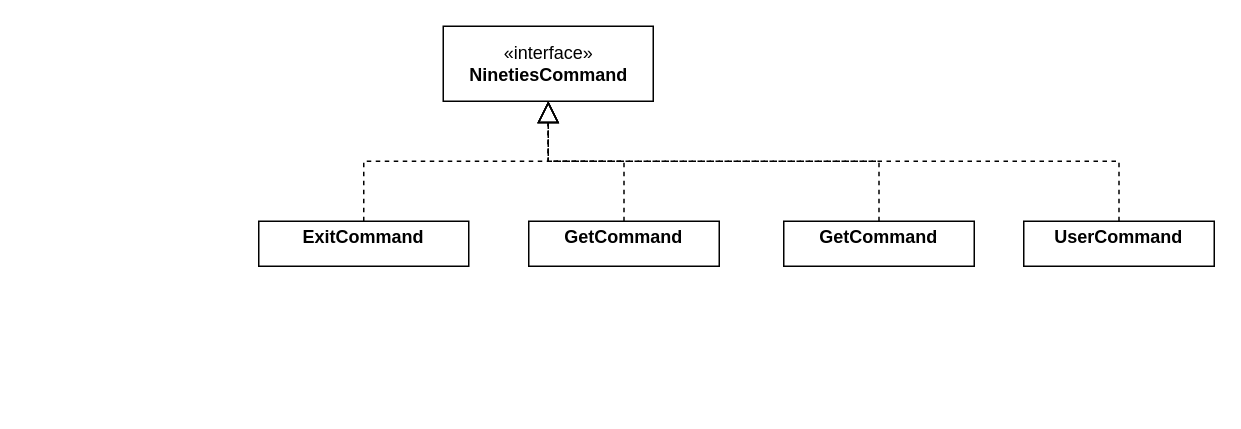
Before: page "Page-2" (2 of 2) of diagrams/Aula-10.drawio in isel-leic-tds/2122i-LEIC31D, a draw.io diagram. Source tidied: cells renumbered, new cells numbered last; positions are measured from the earlier drawing's top-left corner, leaving out a move shared by most shapes. Both pictures are drawn from the tidied source at 150%, with x=0, y=0 at pixel (258, 26).
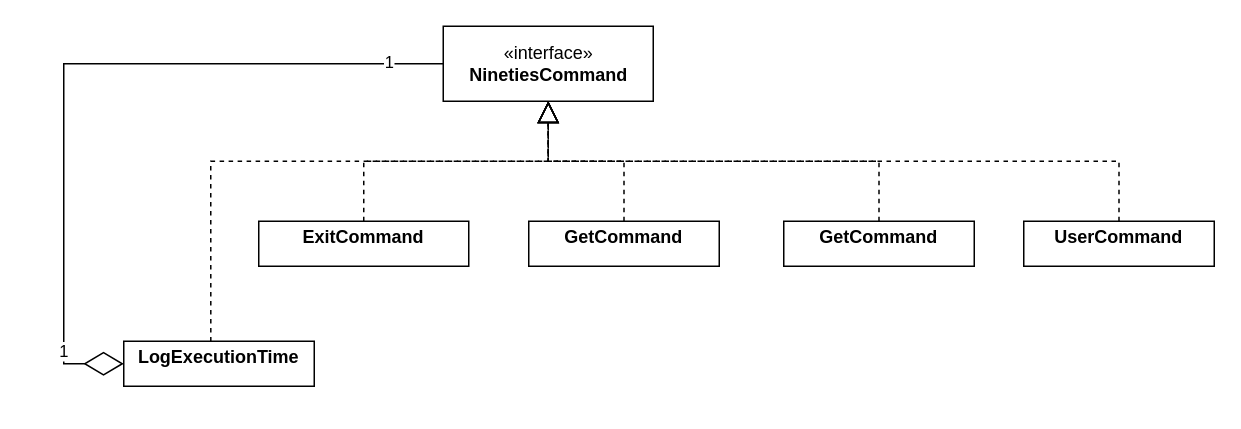
The same page after the edit.

The edit, as a diff of the source:
```diff
@@
 <mxGraphModel>
   <root>
     <mxCell id="0" />
     <mxCell id="1" parent="0" />
     <mxCell id="2" value="«interface»&lt;br&gt;&lt;b&gt;NinetiesCommand&lt;/b&gt;" style="html=1;" parent="1" vertex="1">
       <mxGeometry x="123" width="140" height="50" as="geometry" />
     </mxCell>
     <mxCell id="3" value="&lt;p style=&quot;margin: 0px ; margin-top: 4px ; text-align: center&quot;&gt;&lt;b&gt;ExitCommand&lt;/b&gt;&lt;/p&gt;" style="verticalAlign=top;align=left;overflow=fill;fontSize=12;fontFamily=Helvetica;html=1;" parent="1" vertex="1">
       <mxGeometry y="130" width="140" height="30" as="geometry" />
     </mxCell>
     <mxCell id="4" style="endArrow=block;dashed=1;endFill=0;endSize=12;html=1;rounded=0;edgeStyle=orthogonalEdgeStyle;" parent="1" edge="1" source="3" target="2">
       <mxGeometry relative="1" as="geometry" />
     </mxCell>
     <mxCell id="5" value="&lt;p style=&quot;margin: 0px ; margin-top: 4px ; text-align: center&quot;&gt;&lt;b&gt;Get&lt;/b&gt;&lt;b&gt;Command&lt;/b&gt;&lt;/p&gt;" style="verticalAlign=top;align=left;overflow=fill;fontSize=12;fontFamily=Helvetica;html=1;" parent="1" vertex="1">
       <mxGeometry x="180" y="130" width="127" height="30" as="geometry" />
     </mxCell>
     <mxCell id="6" style="endArrow=block;dashed=1;endFill=0;endSize=12;html=1;rounded=0;edgeStyle=orthogonalEdgeStyle;entryX=0.5;entryY=1;entryDx=0;entryDy=0;" parent="1" edge="1" source="5" target="2">
       <mxGeometry relative="1" as="geometry" />
     </mxCell>
     <mxCell id="7" value="&lt;p style=&quot;margin: 0px ; margin-top: 4px ; text-align: center&quot;&gt;&lt;b&gt;Get&lt;/b&gt;&lt;b&gt;Command&lt;/b&gt;&lt;/p&gt;" style="verticalAlign=top;align=left;overflow=fill;fontSize=12;fontFamily=Helvetica;html=1;" parent="1" vertex="1">
       <mxGeometry x="350" y="130" width="127" height="30" as="geometry" />
     </mxCell>
     <mxCell id="8" style="endArrow=block;dashed=1;endFill=0;endSize=12;html=1;rounded=0;edgeStyle=orthogonalEdgeStyle;entryX=0.5;entryY=1;entryDx=0;entryDy=0;exitX=0.5;exitY=0;exitDx=0;exitDy=0;" parent="1" edge="1" source="7" target="2">
       <mxGeometry relative="1" as="geometry" />
     </mxCell>
     <mxCell id="9" value="&lt;p style=&quot;margin: 0px ; margin-top: 4px ; text-align: center&quot;&gt;&lt;b&gt;User&lt;/b&gt;&lt;b&gt;Command&lt;/b&gt;&lt;/p&gt;" style="verticalAlign=top;align=left;overflow=fill;fontSize=12;fontFamily=Helvetica;html=1;" parent="1" vertex="1">
       <mxGeometry x="510" y="130" width="127" height="30" as="geometry" />
     </mxCell>
     <mxCell id="10" style="endArrow=block;dashed=1;endFill=0;endSize=12;html=1;rounded=0;edgeStyle=orthogonalEdgeStyle;entryX=0.5;entryY=1;entryDx=0;entryDy=0;exitX=0.5;exitY=0;exitDx=0;exitDy=0;" parent="1" edge="1" source="9" target="2">
       <mxGeometry relative="1" as="geometry" />
     </mxCell>
+    <mxCell id="11" value="&lt;p style=&quot;margin: 0px ; margin-top: 4px ; text-align: center&quot;&gt;&lt;b&gt;LogExecutionTime&lt;/b&gt;&lt;/p&gt;" style="verticalAlign=top;align=left;overflow=fill;fontSize=12;fontFamily=Helvetica;html=1;" parent="1" vertex="1">
+      <mxGeometry x="-90" y="210" width="127" height="30" as="geometry" />
+    </mxCell>
+    <mxCell id="12" style="endArrow=block;dashed=1;endFill=0;endSize=12;html=1;rounded=0;edgeStyle=orthogonalEdgeStyle;exitX=0.457;exitY=0.003;exitDx=0;exitDy=0;exitPerimeter=0;" parent="1" edge="1" source="11">
+      <mxGeometry relative="1" as="geometry">
+        <mxPoint x="193" y="50" as="targetPoint" />
+        <Array as="points">
+          <mxPoint x="-32" y="90" />
+          <mxPoint x="193" y="90" />
+        </Array>
+      </mxGeometry>
+    </mxCell>
+    <mxCell id="13" style="endArrow=diamondThin;endFill=0;endSize=24;html=1;rounded=0;" parent="1" edge="1" source="2" target="11">
+      <mxGeometry relative="1" as="geometry">
+        <Array as="points">
+          <mxPoint x="-130" y="25" />
+          <mxPoint x="-130" y="225" />
+        </Array>
+      </mxGeometry>
+    </mxCell>
+    <mxCell id="14" value="1" style="edgeLabel;html=1;align=center;verticalAlign=middle;" parent="13" vertex="1">
+      <mxGeometry x="-0.85" y="-2" relative="1" as="geometry" />
+    </mxCell>
+    <mxCell id="15" value="1" style="edgeLabel;html=1;align=center;verticalAlign=middle;" parent="13" vertex="1">
+      <mxGeometry x="0.8" y="-1" relative="1" as="geometry" />
+    </mxCell>
   </root>
 </mxGraphModel>
```
